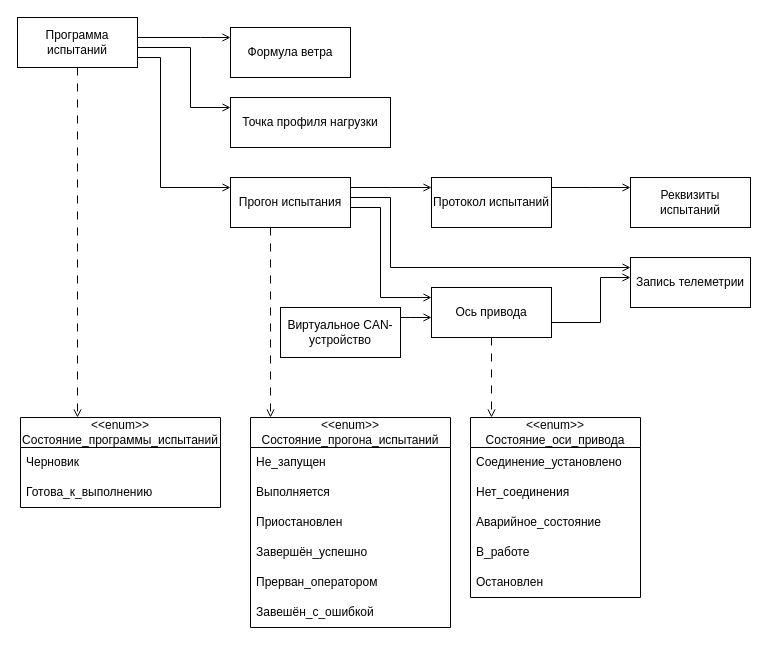
The draw.io diagram page "МПО" (2 of 5) of docs/diagrams/analytics-artifacts.drawio in TarkWight/uas-test-system, before the edit. Source tidied: cells renumbered, new cells numbered last; positions are measured from the earlier drawing's top-left corner, leaving out a move shared by most shapes. Both pictures are drawn from the tidied source at 100%, with x=0, y=0 at pixel (17, 17).
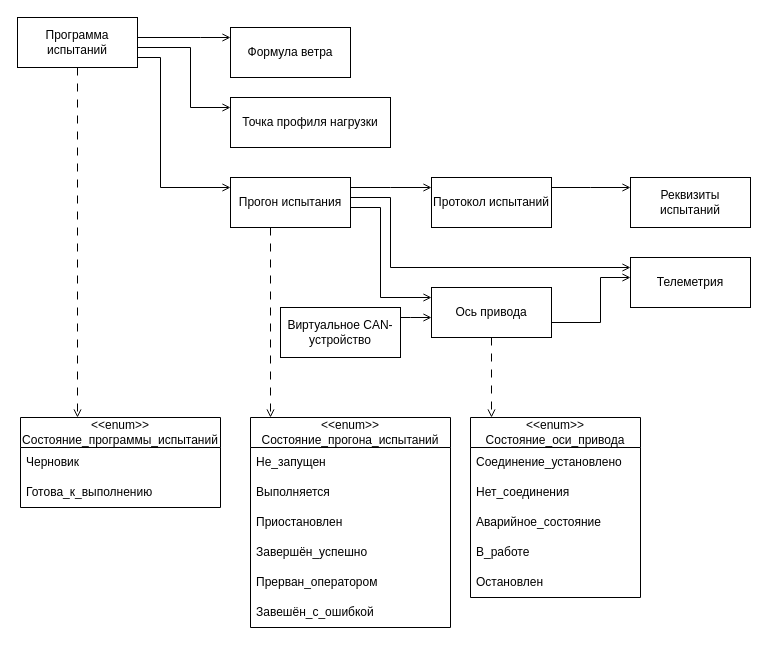
The same page after the edit.

Commit message:
? add sequence diagram page

What changed in the source:
```diff
@@
-    <mxCell id="18" value="Запись телеметрии" style="rounded=0;whiteSpace=wrap;html=1;labelBackgroundColor=none;" parent="1" vertex="1">
+    <mxCell id="18" value="Телеметрия" style="rounded=0;whiteSpace=wrap;html=1;labelBackgroundColor=none;" parent="1" vertex="1">
       <mxGeometry x="613" y="240" width="120" height="50" as="geometry" />
     </mxCell>
```
